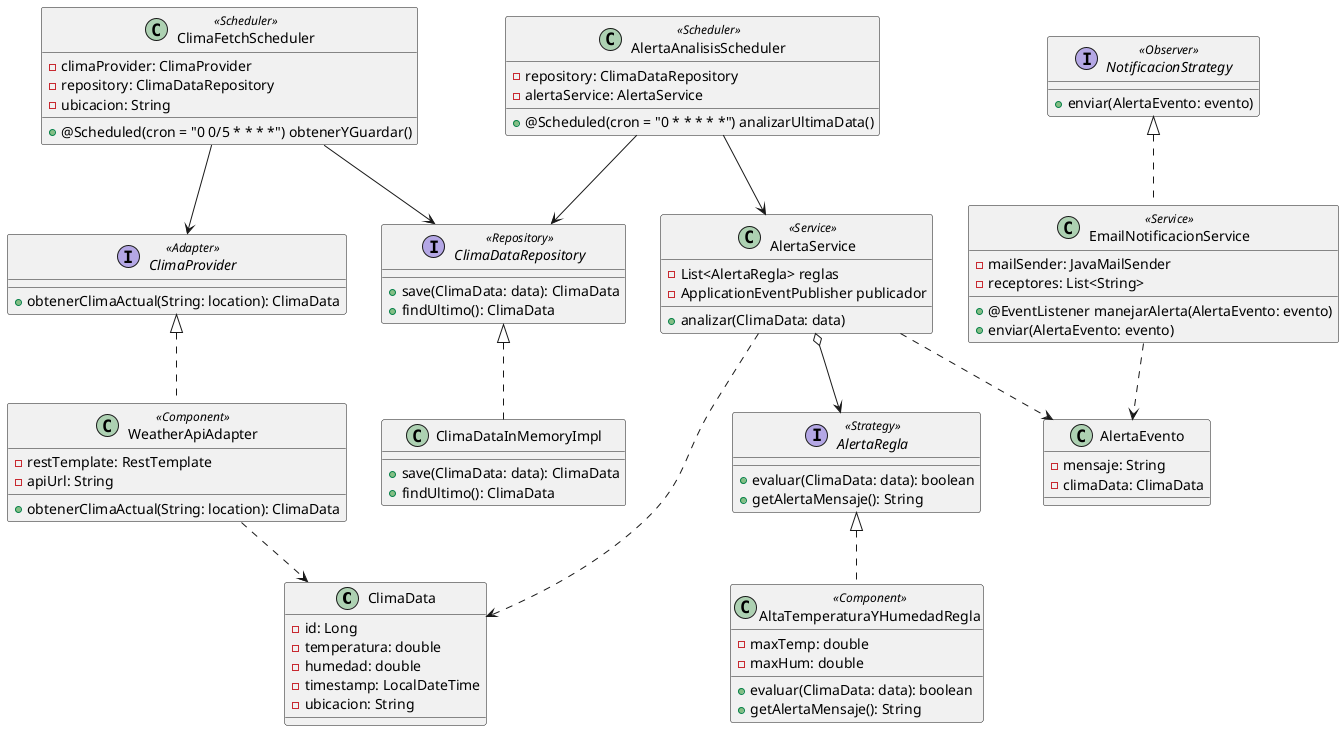
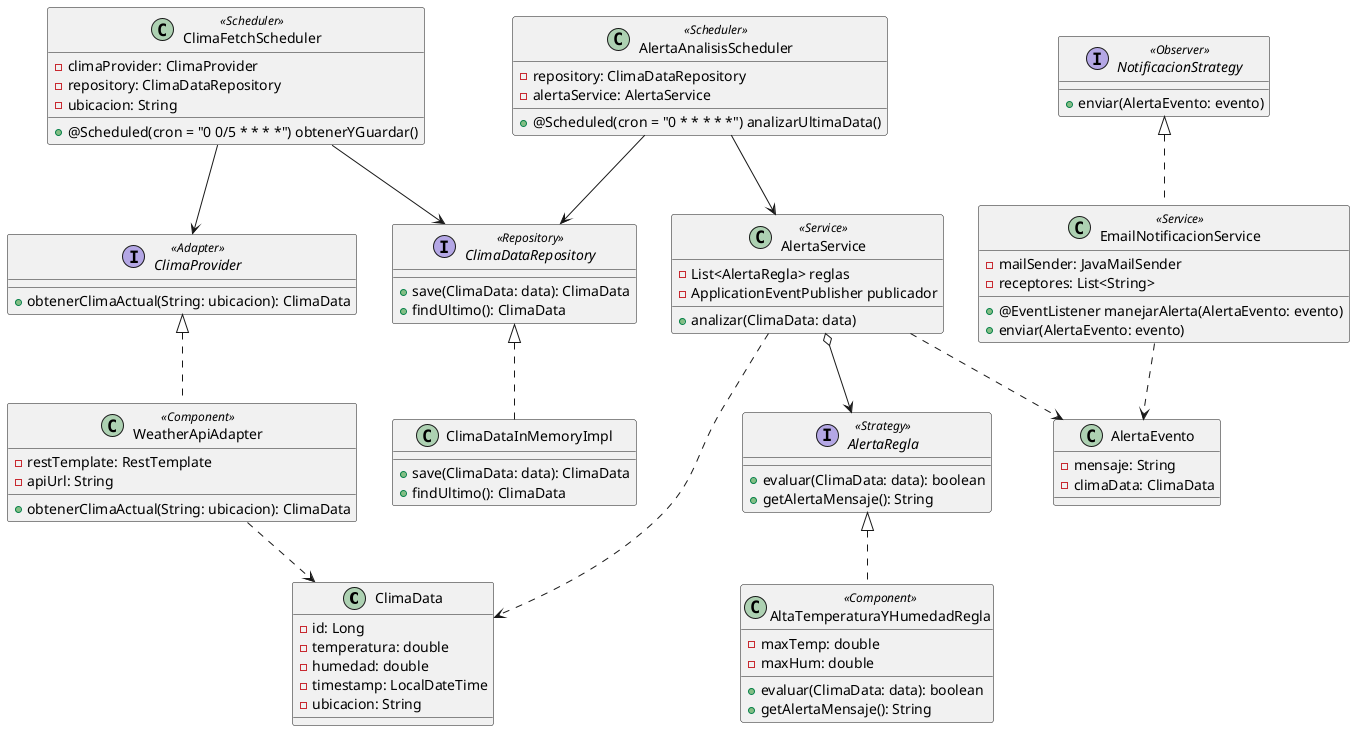
@startuml

'Entidades de dominio
class ClimaData {
    - id: Long
    - temperatura: double
    - humedad: double
    - timestamp: LocalDateTime
    - ubicacion: String
}

class AlertaEvento {
    - mensaje: String
    - climaData: ClimaData
}

'Repository
interface ClimaDataRepository <<Repository>> {
    + save(ClimaData: data): ClimaData
    + findUltimo(): ClimaData
}

class ClimaDataInMemoryImpl implements ClimaDataRepository{
    + save(ClimaData: data): ClimaData
    + findUltimo(): ClimaData
}

'Integraciones Externas (Adapter)
interface ClimaProvider <<Adapter>> {
-     + obtenerClimaActual(String: location): ClimaData
+     + obtenerClimaActual(String: ubicacion): ClimaData
}

class WeatherApiAdapter <<Component>> implements ClimaProvider {
    - restTemplate: RestTemplate
    - apiUrl: String
-     + obtenerClimaActual(String: location): ClimaData
+     + obtenerClimaActual(String: ubicacion): ClimaData
}


'Schedulers
class ClimaFetchScheduler <<Scheduler>> {
    - climaProvider: ClimaProvider
    - repository: ClimaDataRepository
    - ubicacion: String
    + @Scheduled(cron = "0 0/5 * * * *") obtenerYGuardar()
}

class AlertaAnalisisScheduler <<Scheduler>> {
    - repository: ClimaDataRepository
    - alertaService: AlertaService
    + @Scheduled(cron = "0 * * * * *") analizarUltimaData()
}

'Strategy
interface AlertaRegla <<Strategy>>{
    + evaluar(ClimaData: data): boolean
    + getAlertaMensaje(): String
}

class AltaTemperaturaYHumedadRegla <<Component>> implements AlertaRegla {
    - maxTemp: double
    - maxHum: double
    + evaluar(ClimaData: data): boolean
    + getAlertaMensaje(): String
}

class AlertaService <<Service>> {
    - List<AlertaRegla> reglas
    - ApplicationEventPublisher publicador
    + analizar(ClimaData: data)
}

'Observer

interface NotificacionStrategy <<Observer>> {
    + enviar(AlertaEvento: evento)
}

class EmailNotificacionService <<Service>> implements NotificacionStrategy{
    - mailSender: JavaMailSender
    - receptores: List<String>
    + @EventListener manejarAlerta(AlertaEvento: evento)
    + enviar(AlertaEvento: evento)
}


'Relaciones y Dependencias
ClimaFetchScheduler --> ClimaProvider
ClimaFetchScheduler --> ClimaDataRepository

AlertaAnalisisScheduler --> ClimaDataRepository
AlertaAnalisisScheduler --> AlertaService

AlertaService o--> AlertaRegla
AlertaService ..> AlertaEvento

EmailNotificacionService ..> AlertaEvento

WeatherApiAdapter ..> ClimaData
AlertaService ..> ClimaData

@enduml